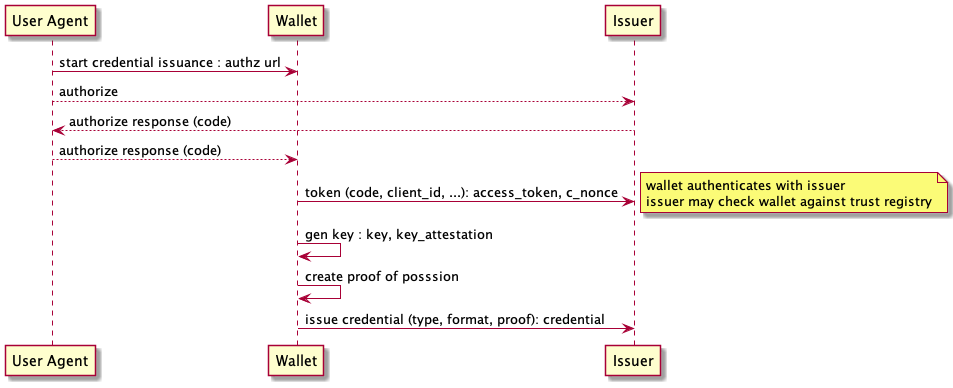
This is diagrams/attestation_web_wallet.png from openid/OpenID4VCI, a PlantUML export, as it was before one commit.
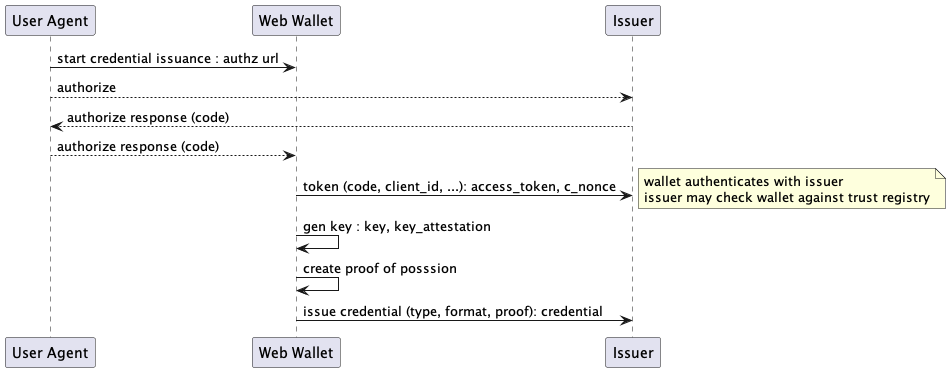
The same file after the commit.

Commit message:
updated web flow

Diff of the diagram source:
```diff
@@ -1,6 +1,6 @@
 @startuml
 participant "User Agent" as w
-participant "Wallet" as b
+participant "Web Wallet" as b
 participant Issuer as i
 
 w -> b : start credential issuance : authz url
```
